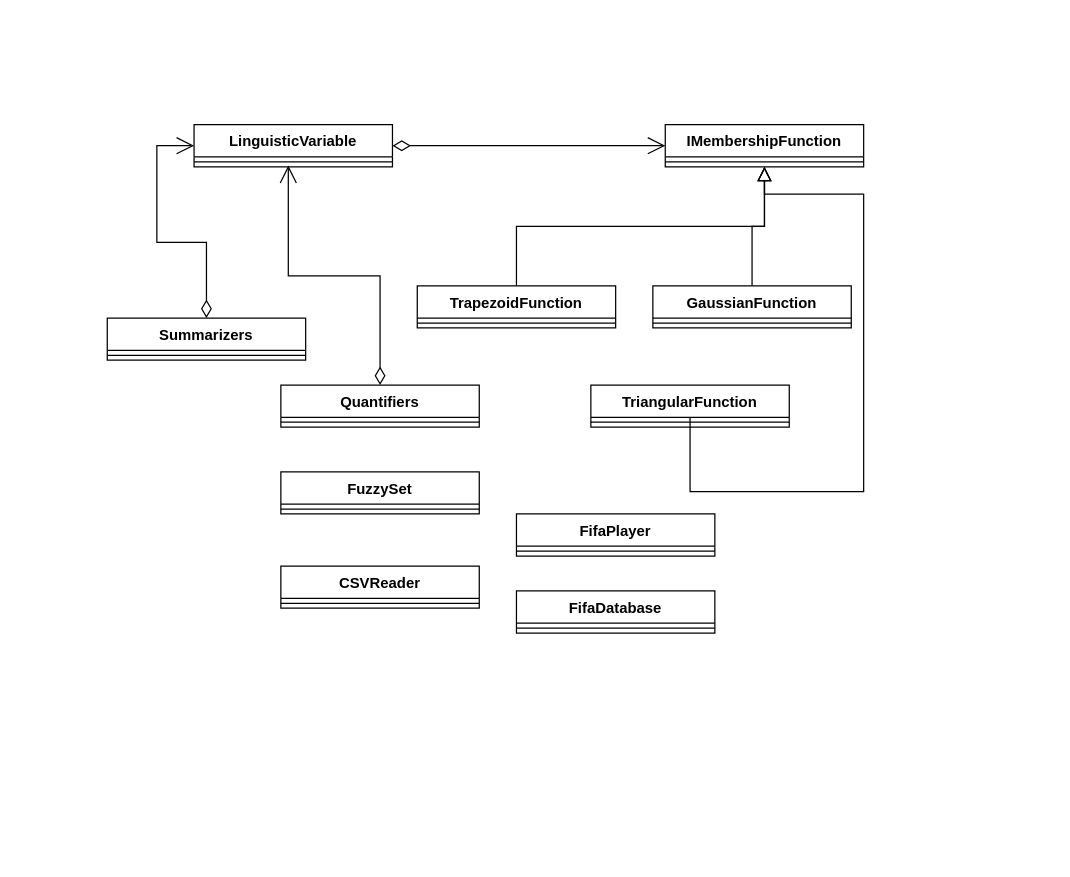
Before: Sprawozdanie_zad2/uml/uml.drawio in Bonniu/KSR, a draw.io diagram. Source tidied: cells renumbered, new cells numbered last; positions are measured from the earlier drawing's top-left corner, leaving out a move shared by most shapes. Both pictures are drawn from the tidied source at 124%, with x=0, y=0 at pixel (107, 124).
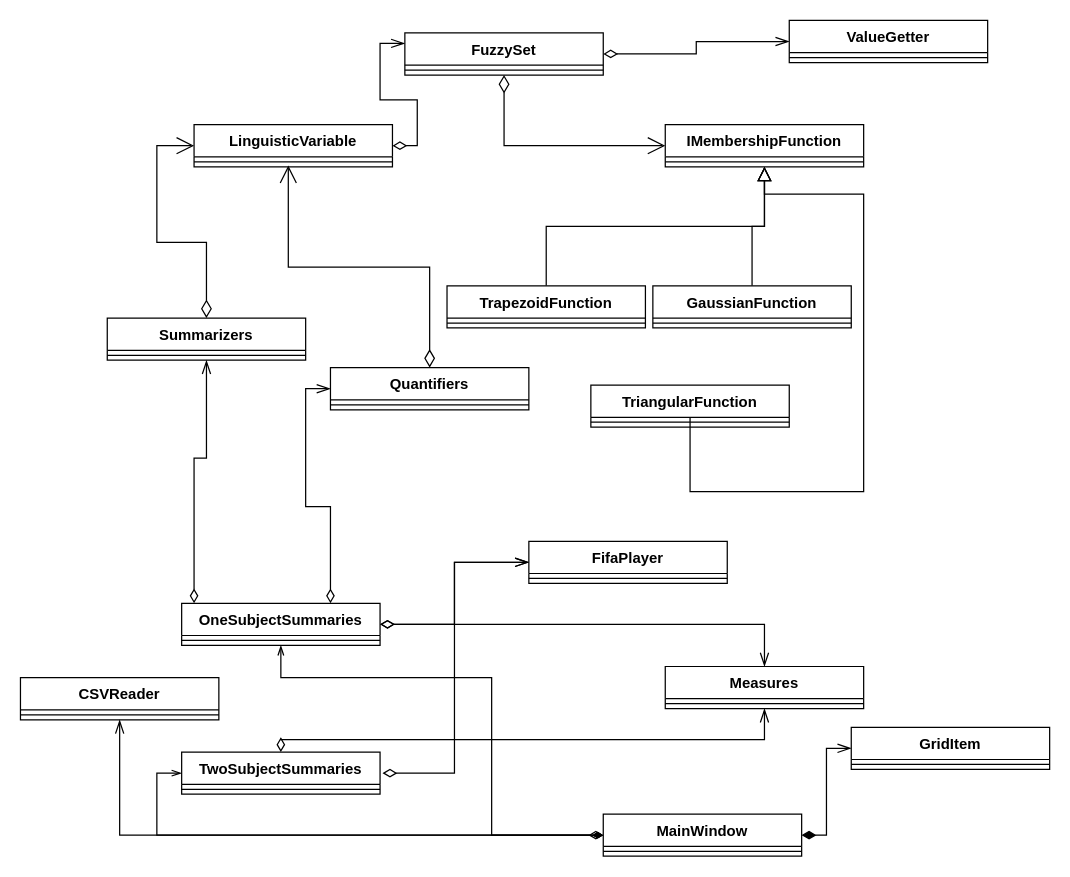
The same diagram, later.

The change refers to these unchanged cells:
```xml
<mxCell id="8" value="IMembershipFunction" style="swimlane;fontStyle=1;align=center;verticalAlign=top;horizontal=1;startSize=26;" parent="1" vertex="1">
  <mxGeometry x="450" width="160" height="34" as="geometry" />
</mxCell>
<mxCell id="12" value="LinguisticVariable&#10;" style="swimlane;fontStyle=1;align=center;verticalAlign=top;horizontal=1;startSize=26;" parent="1" vertex="1">
  <mxGeometry x="70" width="160" height="34" as="geometry" />
</mxCell>
<mxCell id="18" value="Summarizers&#10;" style="swimlane;fontStyle=1;align=center;verticalAlign=top;horizontal=1;startSize=26;" parent="1" vertex="1">
  <mxGeometry y="156" width="160" height="34" as="geometry" />
</mxCell>
```

The edit, as a diff of the source:
```diff
@@
-    <mxCell id="5" style="edgeStyle=orthogonalEdgeStyle;rounded=0;jettySize=auto;html=1;exitX=1;exitY=0.5;exitDx=0;exitDy=0;endArrow=open;endFill=0;startArrow=diamondThin;startFill=0;targetPerimeterSpacing=5;sourcePerimeterSpacing=6;entryX=0;entryY=0.5;entryDx=0;entryDy=0;startSize=12;endSize=12;" parent="1" edge="1" source="12" target="8">
+    <mxCell id="5" style="edgeStyle=orthogonalEdgeStyle;rounded=0;jettySize=auto;html=1;exitX=0.5;exitY=1;exitDx=0;exitDy=0;endArrow=open;endFill=0;startArrow=diamondThin;startFill=0;targetPerimeterSpacing=5;sourcePerimeterSpacing=6;entryX=0;entryY=0.5;entryDx=0;entryDy=0;startSize=12;endSize=12;" parent="1" edge="1" source="22" target="8">
       <mxGeometry relative="1" as="geometry" />
     </mxCell>
@@
-    <mxCell id="10" value="TrapezoidFunction" style="swimlane;fontStyle=1;align=center;verticalAlign=top;horizontal=1;startSize=26;" parent="1" vertex="1">
-      <mxGeometry x="250" y="130" width="160" height="34" as="geometry" />
-    </mxCell>
-    <mxCell id="11" style="line;strokeWidth=1;fillColor=none;align=left;verticalAlign=middle;spacingTop=-1;spacingLeft=3;spacingRight=3;labelPosition=right;" parent="10" vertex="1">
-      <mxGeometry y="26" width="160" height="8" as="geometry" />
-    </mxCell>
+    <mxCell id="30" style="edgeStyle=orthogonalEdgeStyle;rounded=0;jettySize=auto;html=1;entryX=0;entryY=0.25;entryDx=0;entryDy=0;startArrow=diamondThin;startFill=0;startSize=9;sourcePerimeterSpacing=0;endArrow=openThin;endFill=0;endSize=9;targetPerimeterSpacing=0;strokeWidth=1;" parent="1" edge="1" source="12" target="22">
+      <mxGeometry relative="1" as="geometry" />
+    </mxCell>
@@
-    <mxCell id="14" value="Quantifiers" style="swimlane;fontStyle=1;align=center;verticalAlign=top;horizontal=1;startSize=26;" parent="1" vertex="1">
-      <mxGeometry x="140" y="210" width="160" height="34" as="geometry" />
-    </mxCell>
-    <mxCell id="15" style="line;strokeWidth=1;fillColor=none;align=left;verticalAlign=middle;spacingTop=-1;spacingLeft=3;spacingRight=3;labelPosition=right;" parent="14" vertex="1">
-      <mxGeometry y="26" width="160" height="8" as="geometry" />
-    </mxCell>
-    <mxCell id="16" value="CSVReader" style="swimlane;fontStyle=1;align=center;verticalAlign=top;horizontal=1;startSize=26;" parent="1" vertex="1">
-      <mxGeometry x="140" y="356" width="160" height="34" as="geometry" />
-    </mxCell>
-    <mxCell id="17" style="line;strokeWidth=1;fillColor=none;align=left;verticalAlign=middle;spacingTop=-1;spacingLeft=3;spacingRight=3;labelPosition=right;" parent="16" vertex="1">
-      <mxGeometry y="26" width="160" height="8" as="geometry" />
-    </mxCell>
@@
+    <mxCell id="24" value="TriangularFunction" style="swimlane;fontStyle=1;align=center;verticalAlign=top;horizontal=1;startSize=26;" parent="1" vertex="1">
+      <mxGeometry x="390" y="210" width="160" height="34" as="geometry" />
+    </mxCell>
+    <mxCell id="25" style="line;strokeWidth=1;fillColor=none;align=left;verticalAlign=middle;spacingTop=-1;spacingLeft=3;spacingRight=3;labelPosition=right;" parent="24" vertex="1">
+      <mxGeometry y="26" width="160" height="8" as="geometry" />
+    </mxCell>
+    <mxCell id="31" style="edgeStyle=orthogonalEdgeStyle;rounded=0;jettySize=auto;html=1;endArrow=openThin;endFill=0;startArrow=diamondThin;startFill=1;" parent="1" edge="1" source="45" target="43">
+      <mxGeometry relative="1" as="geometry">
+        <Array as="points">
+          <mxPoint x="310" y="573" />
+          <mxPoint x="310" y="446" />
+          <mxPoint x="140" y="446" />
+        </Array>
+      </mxGeometry>
+    </mxCell>
+    <mxCell id="32" style="edgeStyle=orthogonalEdgeStyle;rounded=0;jettySize=auto;html=1;entryX=0;entryY=0.5;entryDx=0;entryDy=0;endArrow=openThin;endFill=0;startArrow=diamondThin;startFill=1;" parent="1" edge="1" source="45" target="39">
+      <mxGeometry relative="1" as="geometry" />
+    </mxCell>
+    <mxCell id="33" style="edgeStyle=orthogonalEdgeStyle;rounded=0;jettySize=auto;html=1;entryX=0;entryY=0.5;entryDx=0;entryDy=0;startArrow=diamondThin;startFill=0;endArrow=openThin;endFill=0;endSize=9;startSize=9;" parent="1" edge="1" source="42" target="26">
+      <mxGeometry relative="1" as="geometry" />
+    </mxCell>
+    <mxCell id="34" style="edgeStyle=orthogonalEdgeStyle;rounded=0;jettySize=auto;html=1;entryX=0.5;entryY=1;entryDx=0;entryDy=0;startArrow=diamondThin;startFill=0;startSize=9;sourcePerimeterSpacing=0;endArrow=openThin;endFill=0;endSize=9;targetPerimeterSpacing=0;strokeWidth=1;" parent="1" edge="1" source="42" target="18">
+      <mxGeometry relative="1" as="geometry">
+        <Array as="points">
+          <mxPoint x="70" y="269" />
+          <mxPoint x="80" y="269" />
+        </Array>
+      </mxGeometry>
+    </mxCell>
+    <mxCell id="35" style="edgeStyle=orthogonalEdgeStyle;rounded=0;jettySize=auto;html=1;exitX=0.75;exitY=0;exitDx=0;exitDy=0;entryX=0;entryY=0.5;entryDx=0;entryDy=0;startArrow=diamondThin;startFill=0;startSize=9;sourcePerimeterSpacing=0;endArrow=openThin;endFill=0;endSize=9;targetPerimeterSpacing=0;strokeWidth=1;" parent="1" edge="1" source="42" target="14">
+      <mxGeometry relative="1" as="geometry" />
+    </mxCell>
+    <mxCell id="36" style="edgeStyle=orthogonalEdgeStyle;rounded=0;jettySize=auto;html=1;entryX=0;entryY=0.5;entryDx=0;entryDy=0;startArrow=diamondThin;startFill=0;endArrow=openThin;endFill=0;strokeWidth=1;targetPerimeterSpacing=1;sourcePerimeterSpacing=2;endSize=9;startSize=9;" parent="1" edge="1" source="39" target="26">
+      <mxGeometry relative="1" as="geometry" />
+    </mxCell>
+    <mxCell id="37" style="edgeStyle=orthogonalEdgeStyle;rounded=0;jettySize=auto;html=1;entryX=0.5;entryY=1;entryDx=0;entryDy=0;startArrow=diamondThin;startFill=0;startSize=9;sourcePerimeterSpacing=0;endArrow=openThin;endFill=0;endSize=9;targetPerimeterSpacing=0;strokeWidth=1;" parent="1" edge="1" source="45" target="16">
+      <mxGeometry relative="1" as="geometry" />
+    </mxCell>
+    <mxCell id="38" style="edgeStyle=orthogonalEdgeStyle;rounded=0;jettySize=auto;html=1;entryX=0.5;entryY=1;entryDx=0;entryDy=0;startArrow=diamondThin;startFill=0;startSize=9;sourcePerimeterSpacing=0;endArrow=openThin;endFill=0;endSize=9;targetPerimeterSpacing=0;strokeWidth=1;" parent="1" edge="1" source="39" target="48">
+      <mxGeometry relative="1" as="geometry">
+        <Array as="points">
+          <mxPoint x="140" y="496" />
+          <mxPoint x="530" y="496" />
+        </Array>
+      </mxGeometry>
+    </mxCell>
+    <mxCell id="39" value="TwoSubjectSummaries" style="swimlane;fontStyle=1;align=center;verticalAlign=top;horizontal=1;startSize=26;" parent="1" vertex="1">
+      <mxGeometry x="60" y="506" width="160" height="34" as="geometry" />
+    </mxCell>
+    <mxCell id="40" style="line;strokeWidth=1;fillColor=none;align=left;verticalAlign=middle;spacingTop=-1;spacingLeft=3;spacingRight=3;labelPosition=right;" parent="39" vertex="1">
+      <mxGeometry y="26" width="160" height="8" as="geometry" />
+    </mxCell>
+    <mxCell id="26" value="FifaPlayer" style="swimlane;fontStyle=1;align=center;verticalAlign=top;horizontal=1;startSize=26;" parent="1" vertex="1">
+      <mxGeometry x="340" y="336" width="160" height="34" as="geometry" />
+    </mxCell>
+    <mxCell id="27" style="line;strokeWidth=1;fillColor=none;align=left;verticalAlign=middle;spacingTop=-1;spacingLeft=3;spacingRight=3;labelPosition=right;" parent="26" vertex="1">
+      <mxGeometry y="26" width="160" height="8" as="geometry" />
+    </mxCell>
+    <mxCell id="41" style="edgeStyle=orthogonalEdgeStyle;rounded=0;jettySize=auto;html=1;entryX=0.5;entryY=0;entryDx=0;entryDy=0;startArrow=diamondThin;startFill=0;startSize=9;sourcePerimeterSpacing=0;endArrow=openThin;endFill=0;endSize=9;targetPerimeterSpacing=0;strokeWidth=1;" parent="1" edge="1" source="42" target="48">
+      <mxGeometry relative="1" as="geometry" />
+    </mxCell>
+    <mxCell id="42" value="OneSubjectSummaries" style="swimlane;fontStyle=1;align=center;verticalAlign=top;horizontal=1;startSize=26;" parent="1" vertex="1">
+      <mxGeometry x="60" y="386" width="160" height="34" as="geometry" />
+    </mxCell>
+    <mxCell id="43" style="line;strokeWidth=1;fillColor=none;align=left;verticalAlign=middle;spacingTop=-1;spacingLeft=3;spacingRight=3;labelPosition=right;points=[];portConstraint=eastwest;" parent="42" vertex="1">
+      <mxGeometry y="26" width="160" height="8" as="geometry" />
+    </mxCell>
+    <mxCell id="14" value="Quantifiers" style="swimlane;fontStyle=1;align=center;verticalAlign=top;horizontal=1;startSize=26;" parent="1" vertex="1">
+      <mxGeometry x="180" y="196" width="160" height="34" as="geometry" />
+    </mxCell>
+    <mxCell id="15" style="line;strokeWidth=1;fillColor=none;align=left;verticalAlign=middle;spacingTop=-1;spacingLeft=3;spacingRight=3;labelPosition=right;" parent="14" vertex="1">
+      <mxGeometry y="26" width="160" height="8" as="geometry" />
+    </mxCell>
+    <mxCell id="44" style="edgeStyle=orthogonalEdgeStyle;rounded=0;jettySize=auto;html=1;entryX=0;entryY=0.5;entryDx=0;entryDy=0;startArrow=diamondThin;startFill=1;startSize=9;endArrow=openThin;endFill=0;endSize=9;" parent="1" edge="1" source="45" target="52">
+      <mxGeometry relative="1" as="geometry" />
+    </mxCell>
+    <mxCell id="45" value="MainWindow" style="swimlane;fontStyle=1;align=center;verticalAlign=top;horizontal=1;startSize=26;" parent="1" vertex="1">
+      <mxGeometry x="400" y="556" width="160" height="34" as="geometry" />
+    </mxCell>
+    <mxCell id="46" style="line;strokeWidth=1;fillColor=none;align=left;verticalAlign=middle;spacingTop=-1;spacingLeft=3;spacingRight=3;labelPosition=right;" parent="45" vertex="1">
+      <mxGeometry y="26" width="160" height="8" as="geometry" />
+    </mxCell>
+    <mxCell id="16" value="CSVReader" style="swimlane;fontStyle=1;align=center;verticalAlign=top;horizontal=1;startSize=26;" parent="1" vertex="1">
+      <mxGeometry x="-70" y="446" width="160" height="34" as="geometry" />
+    </mxCell>
+    <mxCell id="17" style="line;strokeWidth=1;fillColor=none;align=left;verticalAlign=middle;spacingTop=-1;spacingLeft=3;spacingRight=3;labelPosition=right;" parent="16" vertex="1">
+      <mxGeometry y="26" width="160" height="8" as="geometry" />
+    </mxCell>
+    <mxCell id="10" value="TrapezoidFunction" style="swimlane;fontStyle=1;align=center;verticalAlign=top;horizontal=1;startSize=26;" parent="1" vertex="1">
+      <mxGeometry x="274" y="130" width="160" height="34" as="geometry" />
+    </mxCell>
+    <mxCell id="11" style="line;strokeWidth=1;fillColor=none;align=left;verticalAlign=middle;spacingTop=-1;spacingLeft=3;spacingRight=3;labelPosition=right;" parent="10" vertex="1">
+      <mxGeometry y="26" width="160" height="8" as="geometry" />
+    </mxCell>
+    <mxCell id="47" style="edgeStyle=orthogonalEdgeStyle;rounded=0;jettySize=auto;html=1;entryX=0;entryY=0.5;entryDx=0;entryDy=0;startArrow=diamondThin;startFill=0;startSize=9;endSize=9;endArrow=openThin;endFill=0;" parent="1" edge="1" source="22" target="50">
+      <mxGeometry relative="1" as="geometry" />
+    </mxCell>
     <mxCell id="22" value="FuzzySet" style="swimlane;fontStyle=1;align=center;verticalAlign=top;horizontal=1;startSize=26;" parent="1" vertex="1">
-      <mxGeometry x="140" y="280" width="160" height="34" as="geometry" />
+      <mxGeometry x="240" y="-74" width="160" height="34" as="geometry" />
     </mxCell>
@@
-    <mxCell id="24" value="TriangularFunction" style="swimlane;fontStyle=1;align=center;verticalAlign=top;horizontal=1;startSize=26;" parent="1" vertex="1">
-      <mxGeometry x="390" y="210" width="160" height="34" as="geometry" />
-    </mxCell>
-    <mxCell id="25" style="line;strokeWidth=1;fillColor=none;align=left;verticalAlign=middle;spacingTop=-1;spacingLeft=3;spacingRight=3;labelPosition=right;" parent="24" vertex="1">
-      <mxGeometry y="26" width="160" height="8" as="geometry" />
-    </mxCell>
-    <mxCell id="26" value="FifaPlayer" style="swimlane;fontStyle=1;align=center;verticalAlign=top;horizontal=1;startSize=26;" parent="1" vertex="1">
-      <mxGeometry x="330" y="314" width="160" height="34" as="geometry" />
-    </mxCell>
-    <mxCell id="27" style="line;strokeWidth=1;fillColor=none;align=left;verticalAlign=middle;spacingTop=-1;spacingLeft=3;spacingRight=3;labelPosition=right;" parent="26" vertex="1">
-      <mxGeometry y="26" width="160" height="8" as="geometry" />
-    </mxCell>
-    <mxCell id="28" value="FifaDatabase" style="swimlane;fontStyle=1;align=center;verticalAlign=top;horizontal=1;startSize=26;" parent="1" vertex="1">
-      <mxGeometry x="330" y="376" width="160" height="34" as="geometry" />
-    </mxCell>
-    <mxCell id="29" style="line;strokeWidth=1;fillColor=none;align=left;verticalAlign=middle;spacingTop=-1;spacingLeft=3;spacingRight=3;labelPosition=right;" parent="28" vertex="1">
-      <mxGeometry y="26" width="160" height="8" as="geometry" />
-    </mxCell>
+    <mxCell id="48" value="Measures&#10;" style="swimlane;fontStyle=1;align=center;verticalAlign=top;horizontal=1;startSize=26;" parent="1" vertex="1">
+      <mxGeometry x="450" y="437" width="160" height="34" as="geometry" />
+    </mxCell>
+    <mxCell id="49" style="line;strokeWidth=1;fillColor=none;align=left;verticalAlign=middle;spacingTop=-1;spacingLeft=3;spacingRight=3;labelPosition=right;" parent="48" vertex="1">
+      <mxGeometry y="26" width="160" height="8" as="geometry" />
+    </mxCell>
+    <mxCell id="50" value="ValueGetter" style="swimlane;fontStyle=1;align=center;verticalAlign=top;horizontal=1;startSize=26;" parent="1" vertex="1">
+      <mxGeometry x="550" y="-84" width="160" height="34" as="geometry" />
+    </mxCell>
+    <mxCell id="51" style="line;strokeWidth=1;fillColor=none;align=left;verticalAlign=middle;spacingTop=-1;spacingLeft=3;spacingRight=3;labelPosition=right;" parent="50" vertex="1">
+      <mxGeometry y="26" width="160" height="8" as="geometry" />
+    </mxCell>
+    <mxCell id="52" value="GridItem" style="swimlane;fontStyle=1;align=center;verticalAlign=top;horizontal=1;startSize=26;" parent="1" vertex="1">
+      <mxGeometry x="600" y="486" width="160" height="34" as="geometry" />
+    </mxCell>
+    <mxCell id="53" style="line;strokeWidth=1;fillColor=none;align=left;verticalAlign=middle;spacingTop=-1;spacingLeft=3;spacingRight=3;labelPosition=right;" parent="52" vertex="1">
+      <mxGeometry y="26" width="160" height="8" as="geometry" />
+    </mxCell>
```
